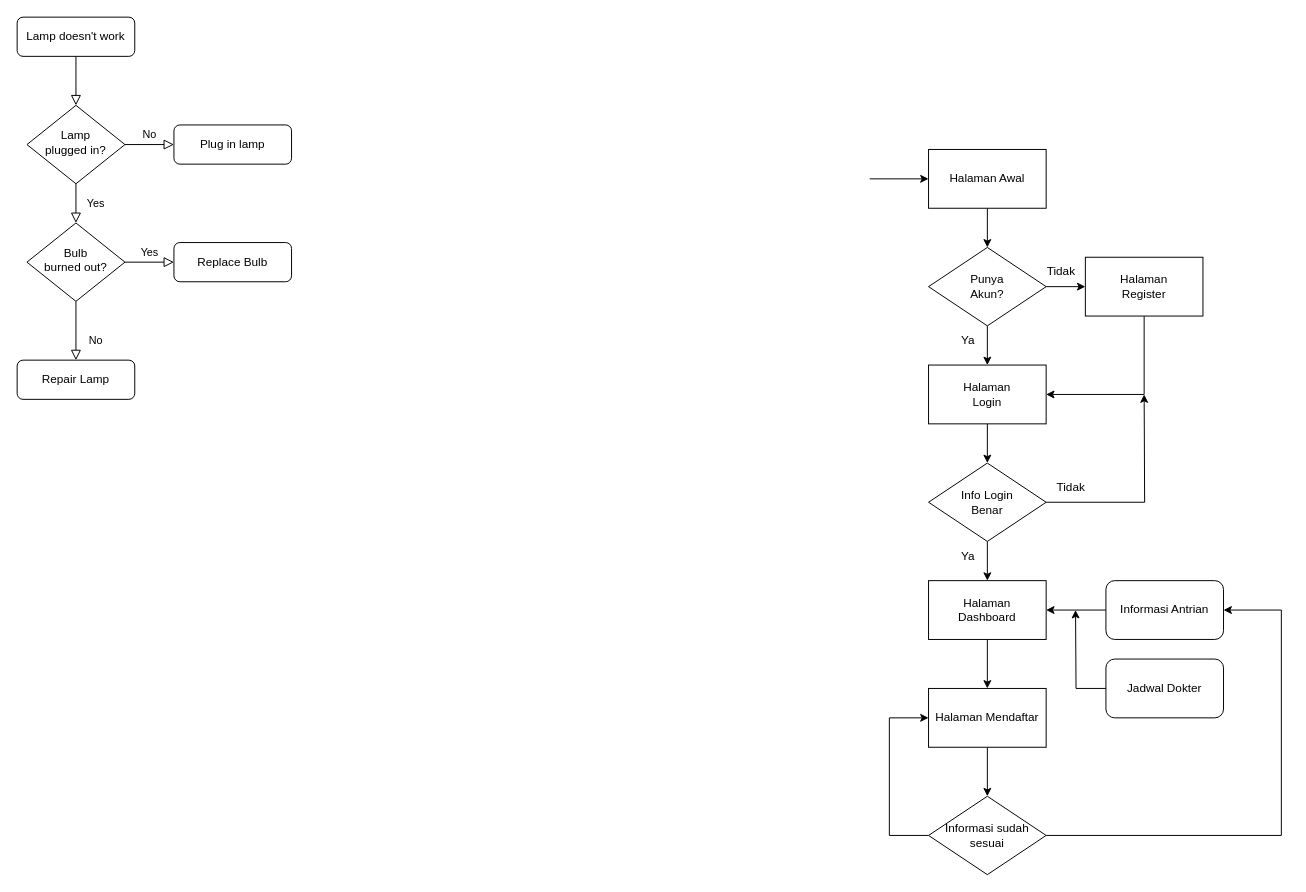
Above: App Flow Chart.drawio in darisadam/CapstoneProjectUT (draw.io), before the change. Source tidied: cells renumbered, new cells numbered last; positions are measured from the earlier drawing's top-left corner, leaving out a move shared by most shapes. Both pictures are drawn from the tidied source at 98%, with x=0, y=0 at pixel (17, 17).
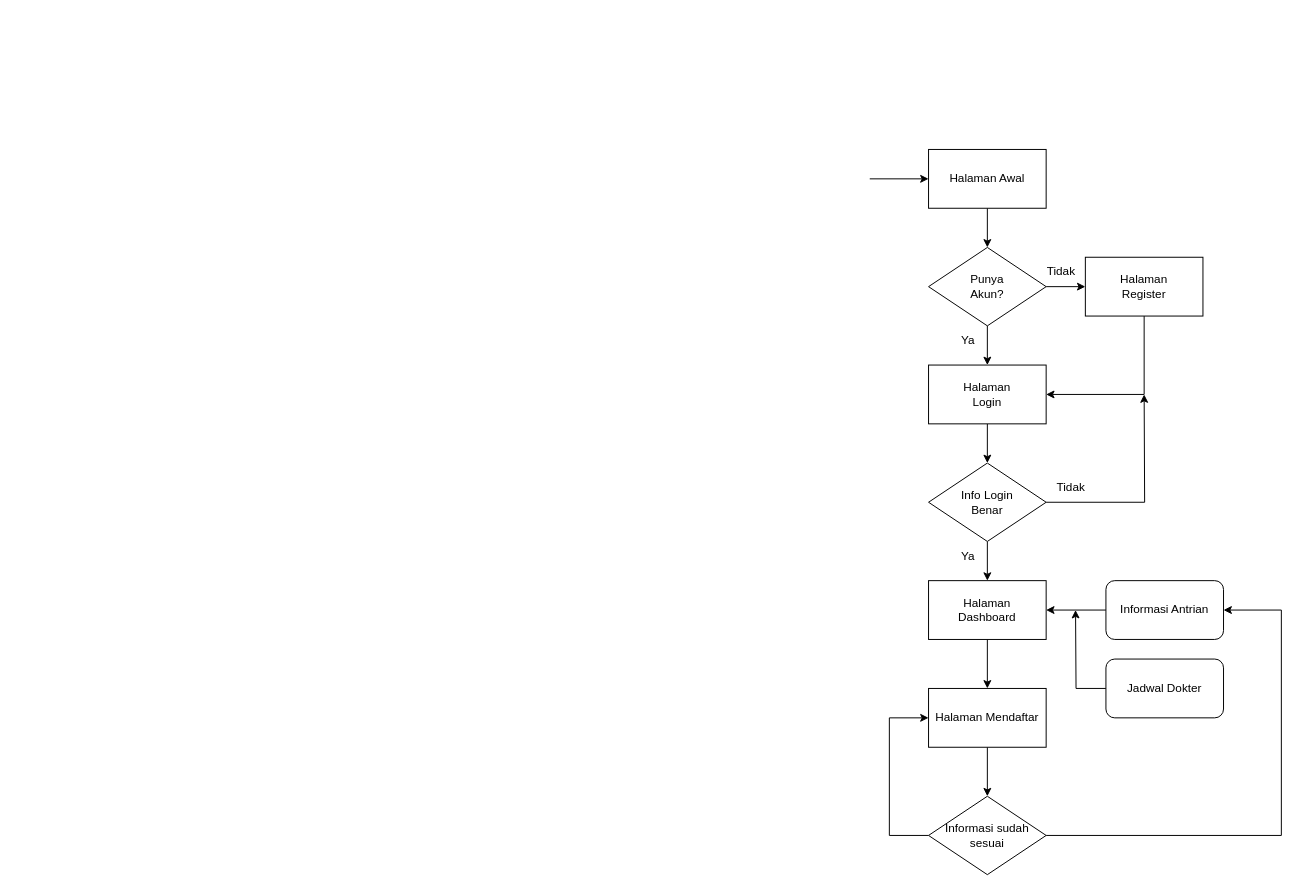
Above is the later version.

Change to the diagram source:
```diff
@@
-    <mxCell id="2" style="rounded=0;html=1;jettySize=auto;fontSize=11;endArrow=block;endFill=0;endSize=8;strokeWidth=1;shadow=0;labelBackgroundColor=none;edgeStyle=orthogonalEdgeStyle;" parent="1" edge="1" source="3" target="6">
-      <mxGeometry relative="1" as="geometry" />
-    </mxCell>
-    <mxCell id="3" value="Lamp doesn't work" style="rounded=1;whiteSpace=wrap;html=1;fontSize=12;glass=0;strokeWidth=1;shadow=0;" parent="1" vertex="1">
-      <mxGeometry width="120" height="40" as="geometry" />
-    </mxCell>
-    <mxCell id="4" value="Yes" style="rounded=0;html=1;jettySize=auto;fontSize=11;endArrow=block;endFill=0;endSize=8;strokeWidth=1;shadow=0;labelBackgroundColor=none;edgeStyle=orthogonalEdgeStyle;" parent="1" edge="1" source="6" target="10">
-      <mxGeometry y="20" relative="1" as="geometry" />
-    </mxCell>
-    <mxCell id="5" value="No" style="edgeStyle=orthogonalEdgeStyle;rounded=0;html=1;jettySize=auto;fontSize=11;endArrow=block;endFill=0;endSize=8;strokeWidth=1;shadow=0;labelBackgroundColor=none;" parent="1" edge="1" source="6" target="7">
-      <mxGeometry y="10" relative="1" as="geometry" />
-    </mxCell>
-    <mxCell id="6" value="Lamp&lt;br&gt;plugged in?" style="rhombus;whiteSpace=wrap;html=1;shadow=0;fontFamily=Helvetica;fontSize=12;align=center;strokeWidth=1;spacing=6;spacingTop=-4;" parent="1" vertex="1">
-      <mxGeometry x="10" y="90" width="100" height="80" as="geometry" />
-    </mxCell>
-    <mxCell id="7" value="Plug in lamp" style="rounded=1;whiteSpace=wrap;html=1;fontSize=12;glass=0;strokeWidth=1;shadow=0;" parent="1" vertex="1">
-      <mxGeometry x="160" y="110" width="120" height="40" as="geometry" />
-    </mxCell>
-    <mxCell id="8" value="No" style="rounded=0;html=1;jettySize=auto;fontSize=11;endArrow=block;endFill=0;endSize=8;strokeWidth=1;shadow=0;labelBackgroundColor=none;edgeStyle=orthogonalEdgeStyle;" parent="1" edge="1" source="10" target="11">
-      <mxGeometry x="0.33" y="20" relative="1" as="geometry" />
-    </mxCell>
-    <mxCell id="9" value="Yes" style="edgeStyle=orthogonalEdgeStyle;rounded=0;html=1;jettySize=auto;fontSize=11;endArrow=block;endFill=0;endSize=8;strokeWidth=1;shadow=0;labelBackgroundColor=none;" parent="1" edge="1" source="10" target="12">
-      <mxGeometry y="10" relative="1" as="geometry" />
-    </mxCell>
-    <mxCell id="10" value="Bulb&lt;br&gt;burned out?" style="rhombus;whiteSpace=wrap;html=1;shadow=0;fontFamily=Helvetica;fontSize=12;align=center;strokeWidth=1;spacing=6;spacingTop=-4;" parent="1" vertex="1">
-      <mxGeometry x="10" y="210" width="100" height="80" as="geometry" />
-    </mxCell>
-    <mxCell id="11" value="Repair Lamp" style="rounded=1;whiteSpace=wrap;html=1;fontSize=12;glass=0;strokeWidth=1;shadow=0;" parent="1" vertex="1">
-      <mxGeometry y="350" width="120" height="40" as="geometry" />
-    </mxCell>
-    <mxCell id="12" value="Replace Bulb" style="rounded=1;whiteSpace=wrap;html=1;fontSize=12;glass=0;strokeWidth=1;shadow=0;" parent="1" vertex="1">
-      <mxGeometry x="160" y="230" width="120" height="40" as="geometry" />
-    </mxCell>
```
